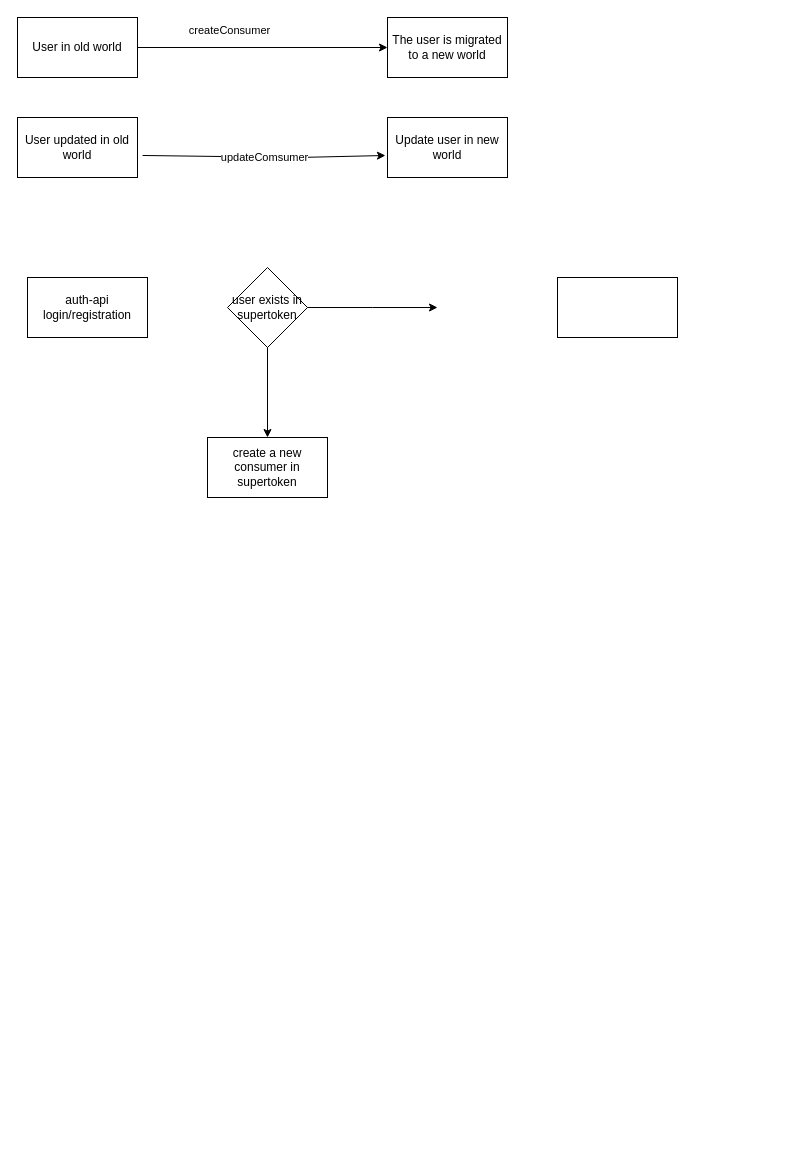
This is Consumer create update flow.drawio from bhabad1/MyLearnings, a draw.io file, before an edit. Source tidied: cells renumbered, new cells numbered last; positions are measured from the earlier drawing's top-left corner, leaving out a move shared by most shapes. Both pictures are drawn from the tidied source at 100%, with x=0, y=0 at pixel (17, 17).
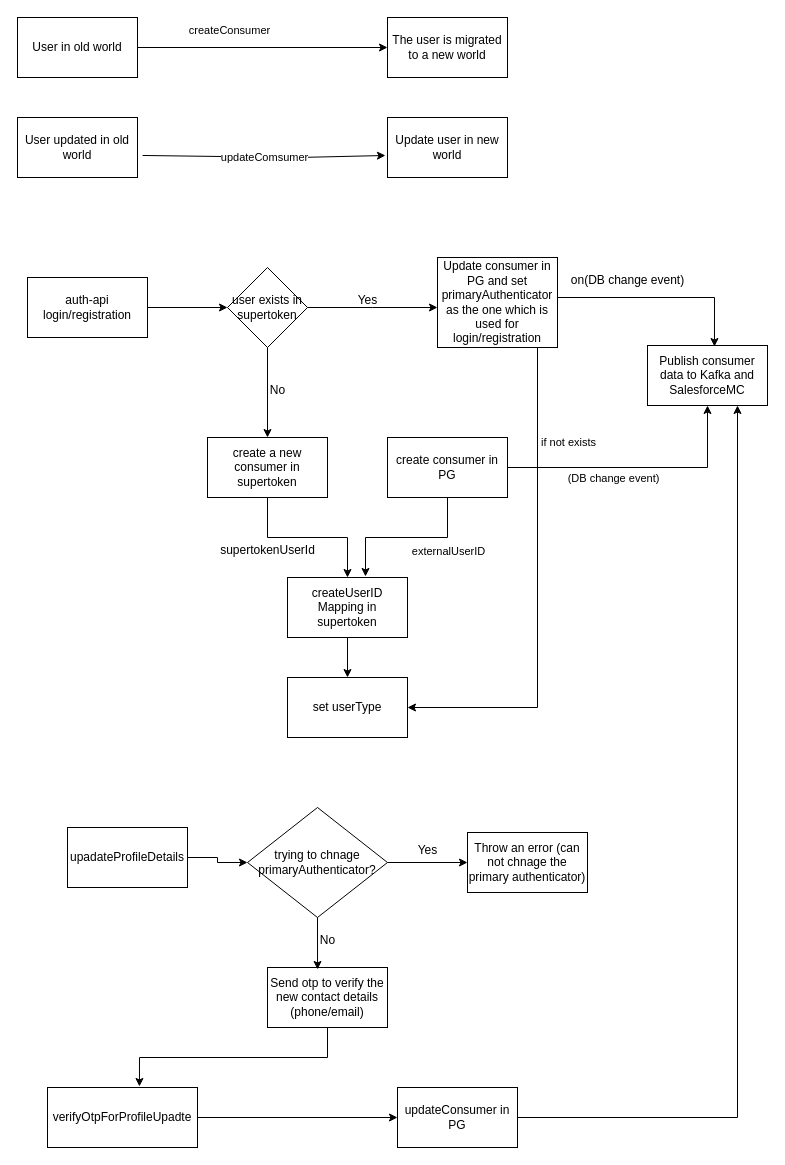
After the change.

Unchanged cells that the change refers to:
```xml
<mxCell id="10" value="auth-api login/registration" style="rounded=0;whiteSpace=wrap;html=1;" parent="1" vertex="1">
  <mxGeometry x="10" y="260" width="120" height="60" as="geometry" />
</mxCell>
<mxCell id="12" value="create a new consumer in supertoken" style="rounded=0;whiteSpace=wrap;html=1;" parent="1" vertex="1">
  <mxGeometry x="190" y="420" width="120" height="60" as="geometry" />
</mxCell>
<mxCell id="14" value="user exists in supertoken" style="rhombus;whiteSpace=wrap;html=1;" parent="1" vertex="1">
  <mxGeometry x="210" y="250" width="80" height="80" as="geometry" />
</mxCell>
```

Diff of the diagram source:
```diff
@@
+    <mxCell id="16" style="edgeStyle=orthogonalEdgeStyle;rounded=0;jettySize=auto;html=1;exitX=1;exitY=0.5;exitDx=0;exitDy=0;entryX=0;entryY=0.5;entryDx=0;entryDy=0;" parent="1" edge="1" source="10" target="14">
+      <mxGeometry relative="1" as="geometry" />
+    </mxCell>
@@
+    <mxCell id="17" style="edgeStyle=orthogonalEdgeStyle;rounded=0;jettySize=auto;html=1;exitX=0.5;exitY=1;exitDx=0;exitDy=0;entryX=1;entryY=0.5;entryDx=0;entryDy=0;" parent="1" edge="1" source="11" target="47">
+      <mxGeometry relative="1" as="geometry">
+        <Array as="points">
+          <mxPoint x="520" y="330" />
+          <mxPoint x="520" y="690" />
+        </Array>
+      </mxGeometry>
+    </mxCell>
+    <mxCell id="18" value="if not exists&lt;div&gt;&lt;br&gt;&lt;/div&gt;" style="edgeLabel;html=1;align=center;verticalAlign=middle;" parent="17" vertex="1">
+      <mxGeometry x="-0.51" y="-1" relative="1" as="geometry">
+        <mxPoint x="31" y="11" as="offset" />
+      </mxGeometry>
+    </mxCell>
-    <mxCell id="11" style="rounded=0;whiteSpace=wrap;html=1;" parent="1" vertex="1">
-      <mxGeometry x="540" y="260" width="120" height="60" as="geometry" />
+    <mxCell id="11" value="Update consumer in PG and set primaryAuthenticator as the one which is used for login/registration" style="rounded=0;whiteSpace=wrap;html=1;" parent="1" vertex="1">
+      <mxGeometry x="420" y="240" width="120" height="90" as="geometry" />
     </mxCell>
+    <mxCell id="19" style="edgeStyle=orthogonalEdgeStyle;rounded=0;jettySize=auto;html=1;exitX=0.5;exitY=1;exitDx=0;exitDy=0;" parent="1" edge="1" source="12" target="25">
+      <mxGeometry relative="1" as="geometry" />
+    </mxCell>
@@
+    <mxCell id="20" value="No" style="text;html=1;align=center;verticalAlign=middle;strokeColor=none;fillColor=none;" parent="1" vertex="1">
+      <mxGeometry x="240" y="358" width="40" height="30" as="geometry" />
+    </mxCell>
+    <mxCell id="21" style="edgeStyle=orthogonalEdgeStyle;rounded=0;jettySize=auto;html=1;exitX=1;exitY=0.5;exitDx=0;exitDy=0;entryX=0.5;entryY=1;entryDx=0;entryDy=0;" parent="1" edge="1" source="23" target="30">
+      <mxGeometry relative="1" as="geometry" />
+    </mxCell>
+    <mxCell id="22" value="(DB change event)" style="edgeLabel;html=1;align=center;verticalAlign=middle;" parent="21" vertex="1">
+      <mxGeometry x="-0.19" relative="1" as="geometry">
+        <mxPoint x="-1" y="10" as="offset" />
+      </mxGeometry>
+    </mxCell>
+    <mxCell id="23" value="create consumer in PG" style="rounded=0;whiteSpace=wrap;html=1;" parent="1" vertex="1">
+      <mxGeometry x="370" y="420" width="120" height="60" as="geometry" />
+    </mxCell>
+    <mxCell id="24" style="edgeStyle=orthogonalEdgeStyle;rounded=0;jettySize=auto;html=1;exitX=0.5;exitY=1;exitDx=0;exitDy=0;entryX=0.5;entryY=0;entryDx=0;entryDy=0;" parent="1" edge="1" source="25" target="47">
+      <mxGeometry relative="1" as="geometry" />
+    </mxCell>
+    <mxCell id="25" value="createUserID Mapping in supertoken" style="rounded=0;whiteSpace=wrap;html=1;" parent="1" vertex="1">
+      <mxGeometry x="270" y="560" width="120" height="60" as="geometry" />
+    </mxCell>
+    <mxCell id="26" value="supertokenUserId" style="text;html=1;align=center;verticalAlign=middle;strokeColor=none;fillColor=none;" parent="1" vertex="1">
+      <mxGeometry x="190" y="518" width="120" height="30" as="geometry" />
+    </mxCell>
+    <mxCell id="27" style="edgeStyle=orthogonalEdgeStyle;rounded=0;jettySize=auto;html=1;exitX=0.5;exitY=1;exitDx=0;exitDy=0;entryX=0.65;entryY=-0.017;entryDx=0;entryDy=0;entryPerimeter=0;" parent="1" edge="1" source="23" target="25">
+      <mxGeometry relative="1" as="geometry" />
+    </mxCell>
+    <mxCell id="28" value="externalUserID" style="edgeLabel;html=1;align=center;verticalAlign=middle;" parent="27" vertex="1">
+      <mxGeometry x="-0.48" relative="1" as="geometry">
+        <mxPoint x="2" y="13" as="offset" />
+      </mxGeometry>
+    </mxCell>
+    <mxCell id="29" value="Yes" style="text;html=1;align=center;verticalAlign=middle;strokeColor=none;fillColor=none;" parent="1" vertex="1">
+      <mxGeometry x="330" y="268" width="40" height="30" as="geometry" />
+    </mxCell>
+    <mxCell id="30" value="Publish consumer data to Kafka and SalesforceMC" style="rounded=0;whiteSpace=wrap;html=1;" parent="1" vertex="1">
+      <mxGeometry x="630" y="328" width="120" height="60" as="geometry" />
+    </mxCell>
+    <mxCell id="31" style="edgeStyle=orthogonalEdgeStyle;rounded=0;jettySize=auto;html=1;exitX=1;exitY=0.5;exitDx=0;exitDy=0;entryX=0.558;entryY=0.017;entryDx=0;entryDy=0;entryPerimeter=0;" parent="1" edge="1" source="11" target="30">
+      <mxGeometry relative="1" as="geometry">
+        <Array as="points">
+          <mxPoint x="540" y="280" />
+          <mxPoint x="697" y="280" />
+        </Array>
+      </mxGeometry>
+    </mxCell>
+    <mxCell id="32" value="on(DB change event)" style="text;html=1;align=center;verticalAlign=middle;strokeColor=none;fillColor=none;" parent="1" vertex="1">
+      <mxGeometry x="540" y="248" width="140" height="30" as="geometry" />
+    </mxCell>
+    <mxCell id="33" style="edgeStyle=orthogonalEdgeStyle;rounded=0;jettySize=auto;html=1;exitX=1;exitY=0.5;exitDx=0;exitDy=0;entryX=0;entryY=0.5;entryDx=0;entryDy=0;" parent="1" edge="1" source="34" target="36">
+      <mxGeometry relative="1" as="geometry" />
+    </mxCell>
+    <mxCell id="34" value="upadateProfileDetails" style="rounded=0;whiteSpace=wrap;html=1;" parent="1" vertex="1">
+      <mxGeometry x="50" y="810" width="120" height="60" as="geometry" />
+    </mxCell>
+    <mxCell id="35" style="edgeStyle=orthogonalEdgeStyle;rounded=0;jettySize=auto;html=1;exitX=1;exitY=0.5;exitDx=0;exitDy=0;entryX=0;entryY=0.5;entryDx=0;entryDy=0;" parent="1" edge="1" source="36" target="37">
+      <mxGeometry relative="1" as="geometry" />
+    </mxCell>
+    <mxCell id="36" value="trying to chnage primaryAuthenticator?" style="rhombus;whiteSpace=wrap;html=1;" parent="1" vertex="1">
+      <mxGeometry x="230" y="790" width="140" height="110" as="geometry" />
+    </mxCell>
+    <mxCell id="37" value="Throw an error (can not chnage the primary authenticator)" style="rounded=0;whiteSpace=wrap;html=1;" parent="1" vertex="1">
+      <mxGeometry x="450" y="815" width="120" height="60" as="geometry" />
+    </mxCell>
+    <mxCell id="38" value="Yes" style="text;html=1;align=center;verticalAlign=middle;strokeColor=none;fillColor=none;" parent="1" vertex="1">
+      <mxGeometry x="390" y="818" width="40" height="30" as="geometry" />
+    </mxCell>
+    <mxCell id="39" value="Send otp to verify the new contact details (phone/email)" style="rounded=0;whiteSpace=wrap;html=1;" parent="1" vertex="1">
+      <mxGeometry x="250" y="950" width="120" height="60" as="geometry" />
+    </mxCell>
+    <mxCell id="40" style="edgeStyle=orthogonalEdgeStyle;rounded=0;jettySize=auto;html=1;exitX=0.5;exitY=1;exitDx=0;exitDy=0;entryX=0.417;entryY=0.033;entryDx=0;entryDy=0;entryPerimeter=0;" parent="1" edge="1" source="36" target="39">
+      <mxGeometry relative="1" as="geometry" />
+    </mxCell>
+    <mxCell id="41" value="No" style="text;html=1;align=center;verticalAlign=middle;strokeColor=none;fillColor=none;" parent="1" vertex="1">
+      <mxGeometry x="290" y="908" width="40" height="30" as="geometry" />
+    </mxCell>
+    <mxCell id="42" style="edgeStyle=orthogonalEdgeStyle;rounded=0;jettySize=auto;html=1;exitX=1;exitY=0.5;exitDx=0;exitDy=0;entryX=0;entryY=0.5;entryDx=0;entryDy=0;" parent="1" edge="1" source="43" target="45">
+      <mxGeometry relative="1" as="geometry" />
+    </mxCell>
+    <mxCell id="43" value="verifyOtpForProfileUpadte" style="rounded=0;whiteSpace=wrap;html=1;" parent="1" vertex="1">
+      <mxGeometry x="30" y="1070" width="150" height="60" as="geometry" />
+    </mxCell>
+    <mxCell id="44" style="edgeStyle=orthogonalEdgeStyle;rounded=0;jettySize=auto;html=1;exitX=1;exitY=0.5;exitDx=0;exitDy=0;entryX=0.75;entryY=1;entryDx=0;entryDy=0;" parent="1" edge="1" source="45" target="30">
+      <mxGeometry relative="1" as="geometry" />
+    </mxCell>
+    <mxCell id="45" value="updateConsumer in PG" style="rounded=0;whiteSpace=wrap;html=1;" parent="1" vertex="1">
+      <mxGeometry x="380" y="1070" width="120" height="60" as="geometry" />
+    </mxCell>
+    <mxCell id="46" style="edgeStyle=orthogonalEdgeStyle;rounded=0;jettySize=auto;html=1;exitX=0.5;exitY=1;exitDx=0;exitDy=0;entryX=0.613;entryY=-0.017;entryDx=0;entryDy=0;entryPerimeter=0;" parent="1" edge="1" source="39" target="43">
+      <mxGeometry relative="1" as="geometry" />
+    </mxCell>
+    <mxCell id="47" value="set userType" style="rounded=0;whiteSpace=wrap;html=1;" parent="1" vertex="1">
+      <mxGeometry x="270" y="660" width="120" height="60" as="geometry" />
+    </mxCell>
```
